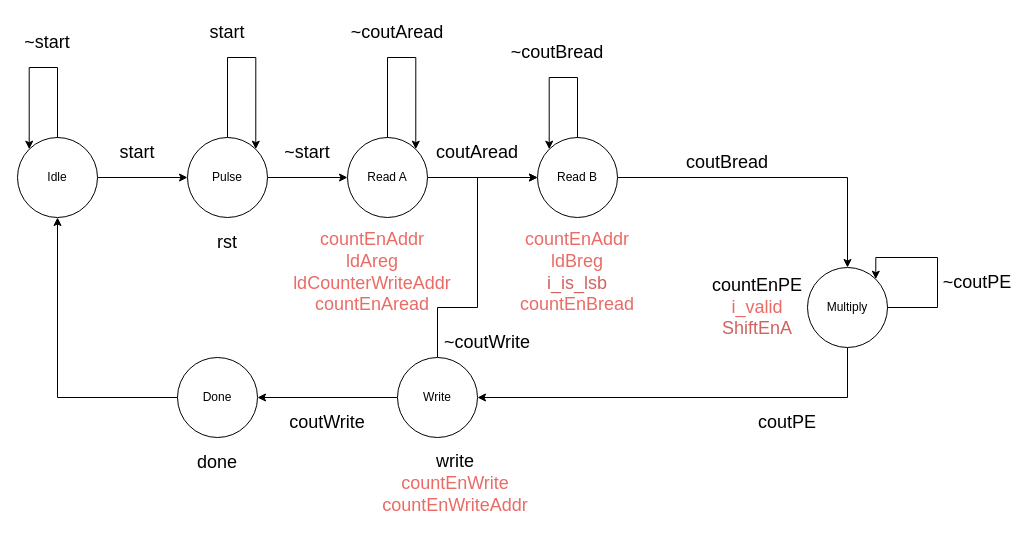
Above: CA2/Design/Controller.drawio in imSaDy/CAD (draw.io), before the change. Source tidied: cells renumbered, new cells numbered last; positions are measured from the earlier drawing's top-left corner, leaving out a move shared by most shapes. Both pictures are drawn from the tidied source at 100%, with x=0, y=0 at pixel (17, 17).
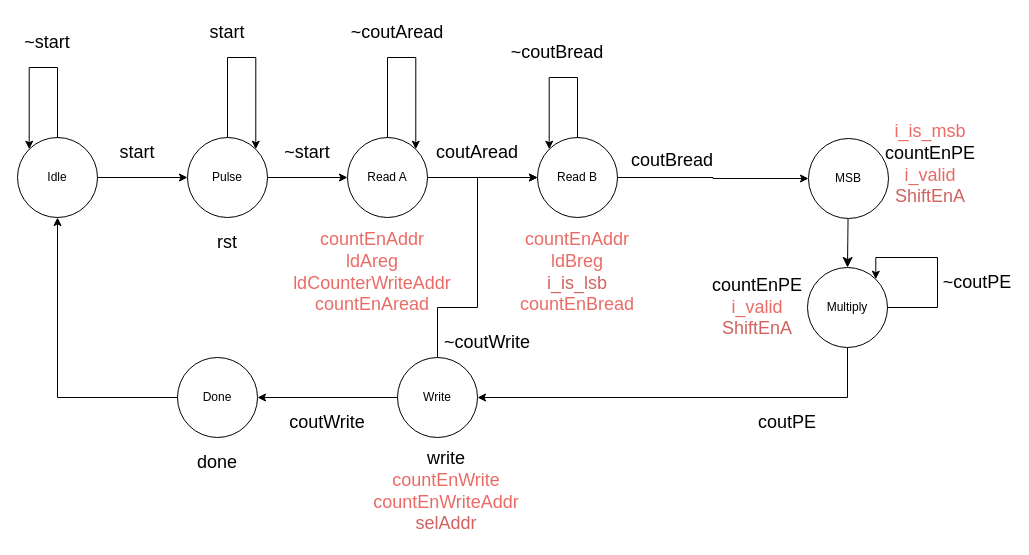
The same diagram, later.

The change refers to these unchanged cells:
```xml
<mxCell id="10" value="Read B" style="ellipse;whiteSpace=wrap;html=1;" parent="1" vertex="1">
  <mxGeometry x="520" y="120" width="80" height="80" as="geometry" />
</mxCell>
<mxCell id="13" value="Multiply" style="ellipse;whiteSpace=wrap;html=1;" parent="1" vertex="1">
  <mxGeometry x="790" y="250" width="80" height="80" as="geometry" />
</mxCell>
```

Change to the diagram source:
```diff
@@
-    <mxCell id="9" style="edgeStyle=orthogonalEdgeStyle;rounded=0;jettySize=auto;html=1;" parent="1" edge="1" source="10" target="13">
-      <mxGeometry relative="1" as="geometry" />
-    </mxCell>
@@
-    <mxCell id="20" value="&lt;font style=&quot;color: light-dark(rgb(0, 0, 0), rgb(234, 107, 102)); font-size: 18px;&quot;&gt;write&lt;/font&gt;&lt;div&gt;&lt;font color=&quot;#ea6b66&quot;&gt;&lt;span style=&quot;font-size: 18px;&quot;&gt;countEnWrite&lt;/span&gt;&lt;/font&gt;&lt;/div&gt;&lt;div&gt;&lt;font color=&quot;#ea6b66&quot;&gt;&lt;span style=&quot;font-size: 18px;&quot;&gt;countEnWriteAddr&lt;/span&gt;&lt;/font&gt;&lt;/div&gt;&lt;div&gt;&lt;font color=&quot;#ea6b66&quot;&gt;&lt;span style=&quot;font-size: 18px;&quot;&gt;&lt;br&gt;&lt;/span&gt;&lt;/font&gt;&lt;/div&gt;" style="text;html=1;whiteSpace=wrap;strokeColor=none;fillColor=none;align=center;verticalAlign=middle;rounded=0;" parent="1" vertex="1">
-      <mxGeometry x="408" y="462" width="60" height="30" as="geometry" />
+    <mxCell id="20" value="&lt;font style=&quot;color: light-dark(rgb(0, 0, 0), rgb(234, 107, 102)); font-size: 18px;&quot;&gt;write&lt;/font&gt;&lt;div&gt;&lt;font color=&quot;#ea6b66&quot;&gt;&lt;span style=&quot;font-size: 18px;&quot;&gt;countEnWrite&lt;/span&gt;&lt;/font&gt;&lt;/div&gt;&lt;div&gt;&lt;font color=&quot;#ea6b66&quot;&gt;&lt;span style=&quot;font-size: 18px;&quot;&gt;countEnWriteAddr&lt;/span&gt;&lt;/font&gt;&lt;/div&gt;&lt;div&gt;&lt;font color=&quot;#d0635f&quot;&gt;&lt;span style=&quot;font-size: 18px;&quot;&gt;selAddr&lt;/span&gt;&lt;/font&gt;&lt;/div&gt;" style="text;html=1;whiteSpace=wrap;strokeColor=none;fillColor=none;align=center;verticalAlign=middle;rounded=0;" parent="1" vertex="1">
+      <mxGeometry x="335" y="426" width="188" height="95" as="geometry" />
     </mxCell>
@@
     <mxCell id="37" value="&lt;span style=&quot;font-size: 18px;&quot;&gt;&lt;font style=&quot;color: light-dark(rgb(0, 0, 0), rgb(126, 166, 224));&quot;&gt;coutBread&lt;/font&gt;&lt;/span&gt;" style="text;html=1;whiteSpace=wrap;strokeColor=none;fillColor=none;align=center;verticalAlign=middle;rounded=0;" parent="1" vertex="1">
-      <mxGeometry x="680" y="130" width="60" height="30" as="geometry" />
+      <mxGeometry x="625" y="128" width="60" height="30" as="geometry" />
     </mxCell>
@@
+    <mxCell id="40" style="edgeStyle=orthogonalEdgeStyle;rounded=0;jettySize=auto;html=1;" parent="1" edge="1" source="10" target="42">
+      <mxGeometry relative="1" as="geometry" />
+    </mxCell>
+    <mxCell id="41" style="edgeStyle=none;curved=1;rounded=0;jettySize=auto;html=1;entryX=0.5;entryY=0;entryDx=0;entryDy=0;fontSize=12;startSize=8;endSize=8;" parent="1" edge="1" source="42" target="13">
+      <mxGeometry relative="1" as="geometry" />
+    </mxCell>
+    <mxCell id="42" value="MSB" style="ellipse;whiteSpace=wrap;html=1;" parent="1" vertex="1">
+      <mxGeometry x="791" y="121" width="80" height="80" as="geometry" />
+    </mxCell>
+    <mxCell id="43" value="&lt;div&gt;&lt;font color=&quot;#ea6b66&quot;&gt;&lt;span style=&quot;font-size: 18px;&quot;&gt;i_is_msb&lt;/span&gt;&lt;/font&gt;&lt;/div&gt;&lt;font style=&quot;color: light-dark(rgb(0, 0, 0), rgb(234, 107, 102)); font-size: 18px;&quot;&gt;countEnPE&lt;/font&gt;&lt;div&gt;&lt;span style=&quot;font-size: 18px; color: light-dark(rgb(234, 107, 102), rgb(208, 99, 95)); background-color: transparent;&quot;&gt;i_valid&lt;/span&gt;&lt;/div&gt;&lt;div&gt;&lt;font color=&quot;#d0635f&quot;&gt;&lt;span style=&quot;font-size: 18px;&quot;&gt;ShiftEnA&lt;/span&gt;&lt;/font&gt;&lt;/div&gt;" style="text;html=1;whiteSpace=wrap;strokeColor=none;fillColor=none;align=center;verticalAlign=middle;rounded=0;" parent="1" vertex="1">
+      <mxGeometry x="883" y="132" width="60" height="30" as="geometry" />
+    </mxCell>
```
